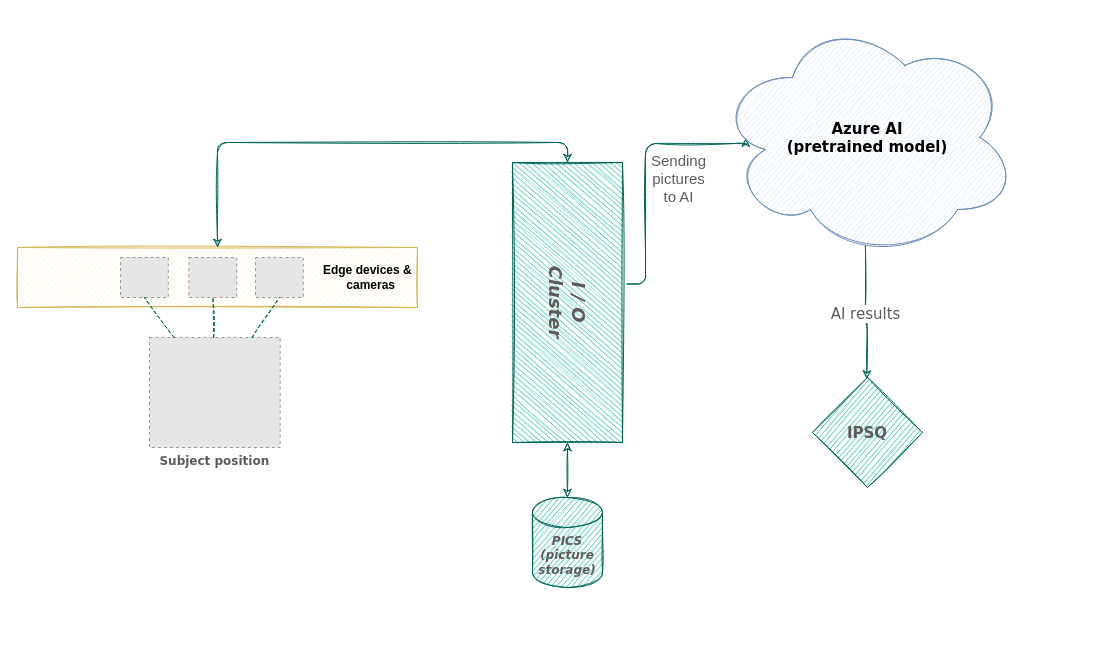
The draw.io diagram Drawings/Untitled Diagram.drawio in aleksandarm75/GeneralRepo, before the edit. Source tidied: cells renumbered, new cells numbered last; positions are measured from the earlier drawing's top-left corner, leaving out a move shared by most shapes. Both pictures are drawn from the tidied source at 100%, with x=0, y=0 at pixel (17, 17). Pictures stored in the file or linked from it are replaced by grey dashed boxes.
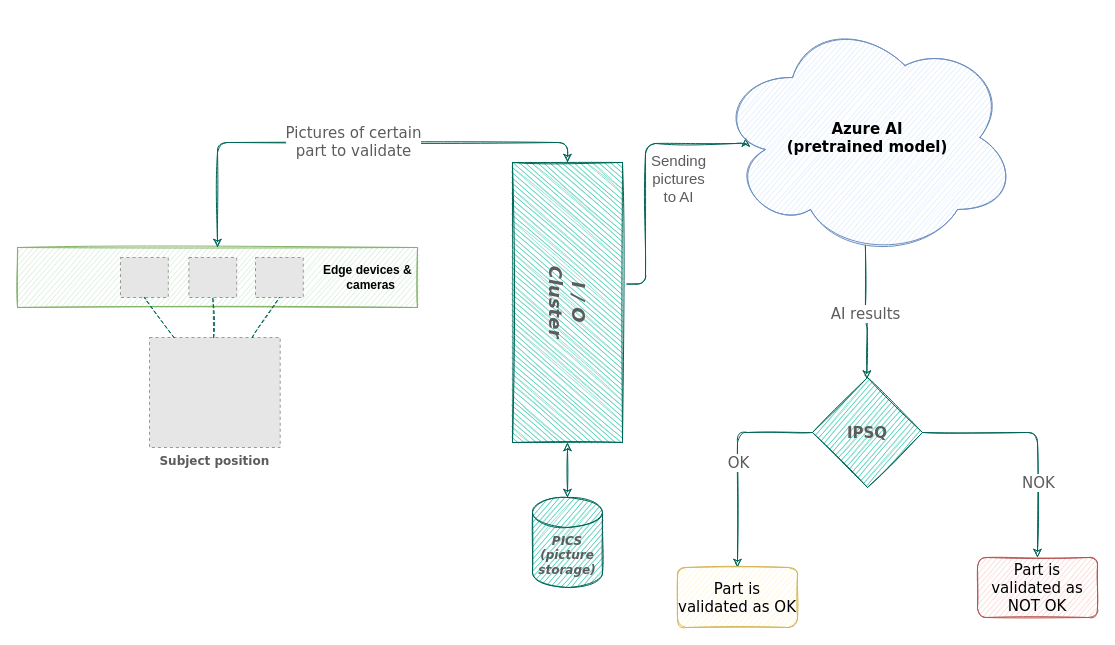
After the change.

The change refers to these unchanged cells:
```xml
<mxCell id="10" style="edgeStyle=orthogonalEdgeStyle;curved=0;rounded=1;sketch=1;jettySize=auto;html=1;exitX=0;exitY=0.5;exitDx=0;exitDy=0;entryX=0.5;entryY=0;entryDx=0;entryDy=0;fontFamily=Verdana;fontColor=#5C5C5C;strokeColor=#006658;fillColor=#21C0A5;startArrow=classic;startFill=1;endArrow=classic;endFill=1;" parent="1" edge="1" source="13" target="2">
  <mxGeometry relative="1" as="geometry" />
</mxCell>
<mxCell id="17" value="&lt;b&gt;&lt;font style=&quot;font-size: 15px&quot;&gt;IPSQ&lt;/font&gt;&lt;/b&gt;" style="rhombus;whiteSpace=wrap;html=1;rounded=0;sketch=1;fontFamily=Verdana;fontSize=13;fontColor=#5C5C5C;strokeColor=#006658;fillColor=#21C0A5;" parent="1" vertex="1">
  <mxGeometry x="795" y="360" width="110" height="110" as="geometry" />
</mxCell>
```

Diff of the diagram source:
```diff
@@
-    <mxCell id="2" value="&lt;div&gt;&lt;span&gt;&lt;b&gt;Edge devices &amp;amp;&amp;nbsp;&lt;/b&gt;&lt;/span&gt;&lt;/div&gt;&lt;div&gt;&lt;span&gt;&lt;b&gt;cameras&amp;nbsp; &amp;nbsp; &amp;nbsp;&amp;nbsp;&lt;/b&gt;&lt;/span&gt;&lt;/div&gt;" style="rounded=0;whiteSpace=wrap;html=1;sketch=1;fillColor=#fff2cc;strokeColor=#d6b656;align=right;" parent="1" vertex="1">
+    <mxCell id="2" value="&lt;div&gt;&lt;span&gt;&lt;b&gt;Edge devices &amp;amp;&amp;nbsp;&lt;/b&gt;&lt;/span&gt;&lt;/div&gt;&lt;div&gt;&lt;span&gt;&lt;b&gt;cameras&amp;nbsp; &amp;nbsp; &amp;nbsp;&amp;nbsp;&lt;/b&gt;&lt;/span&gt;&lt;/div&gt;" style="rounded=0;whiteSpace=wrap;html=1;sketch=1;fillColor=#d5e8d4;strokeColor=#82b366;align=right;" parent="1" vertex="1">
       <mxGeometry y="230" width="400" height="60" as="geometry" />
     </mxCell>
@@
+    <mxCell id="18" value="&lt;font style=&quot;font-size: 15px&quot;&gt;Pictures of certain &lt;br&gt;part to validate&lt;/font&gt;" style="edgeLabel;html=1;align=center;verticalAlign=middle;fontSize=14;fontFamily=Verdana;fontColor=#5C5C5C;" parent="10" vertex="1">
+      <mxGeometry x="-0.01" y="-2" relative="1" as="geometry" />
+    </mxCell>
@@
+    <mxCell id="19" style="edgeStyle=orthogonalEdgeStyle;curved=0;rounded=1;sketch=1;jettySize=auto;html=1;entryX=0.5;entryY=0;entryDx=0;entryDy=0;fontFamily=Verdana;fontSize=15;fontColor=#5C5C5C;startArrow=none;startFill=0;endArrow=classic;endFill=1;strokeColor=#006658;fillColor=#21C0A5;" parent="1" edge="1" source="17" target="23">
+      <mxGeometry relative="1" as="geometry" />
+    </mxCell>
+    <mxCell id="20" value="OK" style="edgeLabel;html=1;align=center;verticalAlign=middle;fontSize=15;fontFamily=Verdana;fontColor=#5C5C5C;" parent="19" vertex="1">
+      <mxGeometry x="-0.01" relative="1" as="geometry" />
+    </mxCell>
+    <mxCell id="21" style="edgeStyle=orthogonalEdgeStyle;curved=0;rounded=1;sketch=1;jettySize=auto;html=1;entryX=0.5;entryY=0;entryDx=0;entryDy=0;fontFamily=Verdana;fontSize=15;fontColor=#5C5C5C;startArrow=none;startFill=0;endArrow=classic;endFill=1;strokeColor=#006658;fillColor=#21C0A5;" parent="1" edge="1" source="17" target="24">
+      <mxGeometry relative="1" as="geometry" />
+    </mxCell>
+    <mxCell id="22" value="NOK" style="edgeLabel;html=1;align=center;verticalAlign=middle;fontSize=15;fontFamily=Verdana;fontColor=#5C5C5C;" parent="21" vertex="1">
+      <mxGeometry x="0.37" relative="1" as="geometry" />
+    </mxCell>
@@
+    <mxCell id="23" value="Part is validated as OK" style="rounded=1;whiteSpace=wrap;html=1;sketch=1;fontFamily=Verdana;fontSize=15;strokeColor=#d6b656;fillColor=#fff2cc;" parent="1" vertex="1">
+      <mxGeometry x="660" y="550" width="120" height="60" as="geometry" />
+    </mxCell>
+    <mxCell id="24" value="Part is validated as NOT OK" style="rounded=1;whiteSpace=wrap;html=1;sketch=1;fontFamily=Verdana;fontSize=15;strokeColor=#b85450;fillColor=#f8cecc;" parent="1" vertex="1">
+      <mxGeometry x="960" y="540" width="120" height="60" as="geometry" />
+    </mxCell>
```
